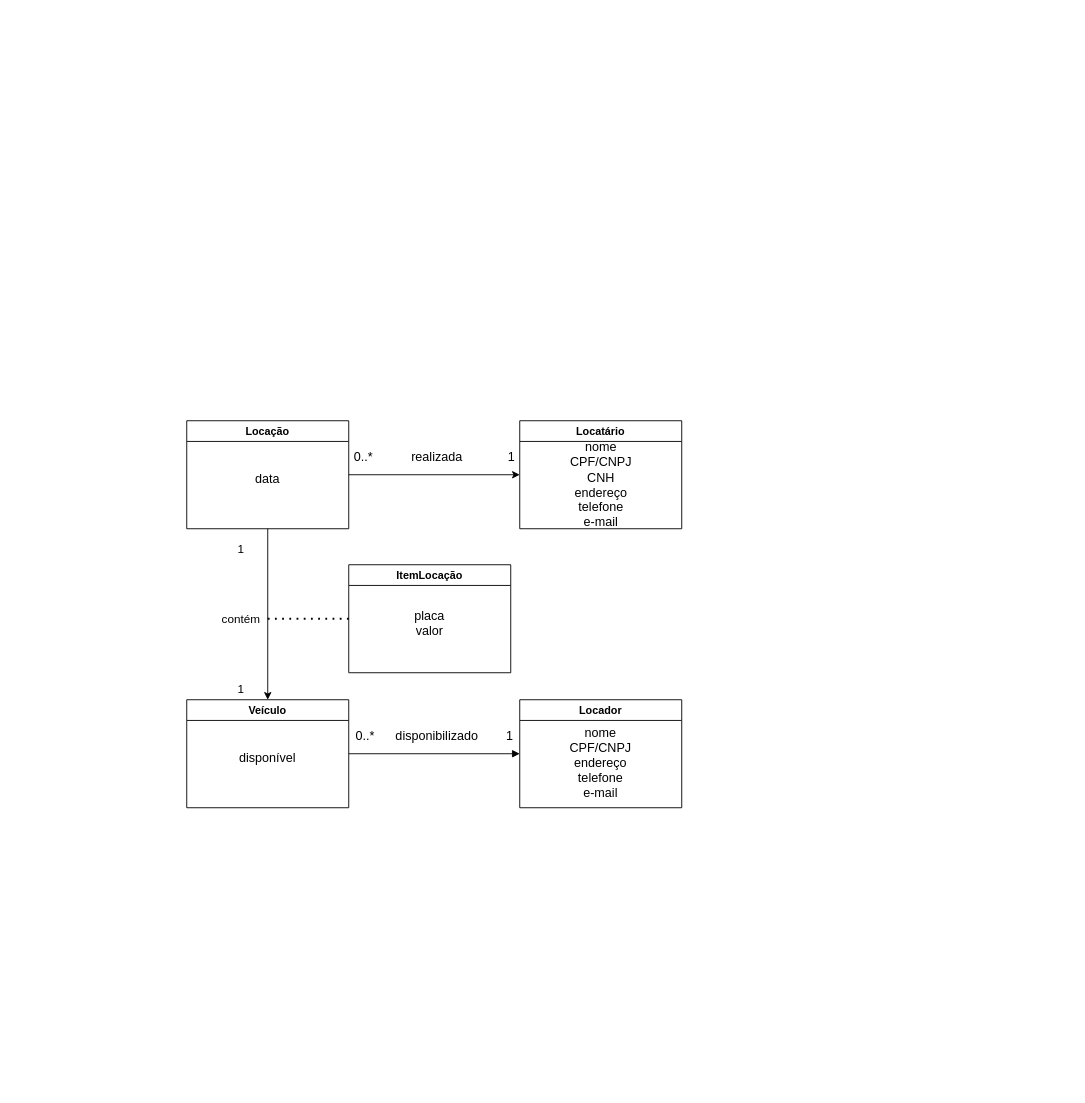
Above: diagrama-dominio.drawio in patrickm97/Auto-Rent (draw.io), before the change. Source tidied: cells renumbered, new cells numbered last; positions are measured from the earlier drawing's top-left corner, leaving out a move shared by most shapes. Both pictures are drawn from the tidied source at 90%, with x=0, y=0 at pixel (186, 420).
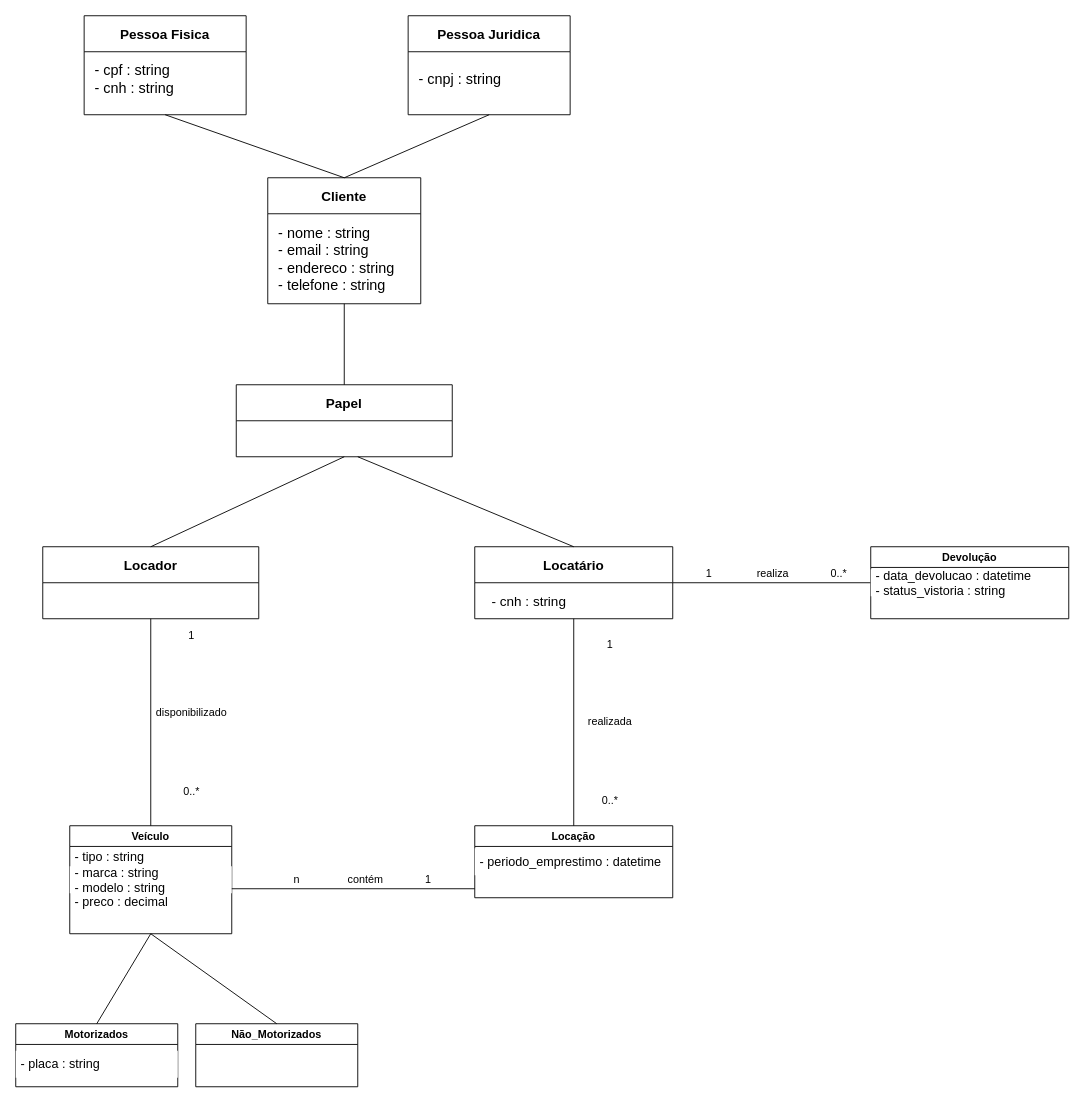
The same page after the edit.

Diff of the diagram source:
```diff
@@
-    <mxCell id="2" value="0..*&amp;nbsp; &amp;nbsp; &amp;nbsp; &amp;nbsp; &amp;nbsp; &amp;nbsp;realizada&amp;nbsp; &amp;nbsp; &amp;nbsp; &amp;nbsp; &amp;nbsp; &amp;nbsp; &amp;nbsp;1" style="edgeStyle=orthogonalEdgeStyle;rounded=0;jettySize=auto;html=1;entryX=0;entryY=0.5;entryDx=0;entryDy=0;fontSize=14;" parent="1" edge="1" source="4" target="6">
-      <mxGeometry y="20" relative="1" as="geometry" />
-    </mxCell>
-    <mxCell id="3" value="1&lt;br&gt;&lt;br&gt;&lt;br&gt;&lt;br&gt;&lt;br&gt;contém&lt;br&gt;&lt;br&gt;&lt;br&gt;&lt;br&gt;&lt;br&gt;1" style="edgeStyle=orthogonalEdgeStyle;rounded=0;jettySize=auto;html=1;entryX=0.5;entryY=0;entryDx=0;entryDy=0;fontSize=13;" parent="1" edge="1" source="4" target="8">
-      <mxGeometry x="0.05" y="-30" relative="1" as="geometry" />
-    </mxCell>
     <mxCell id="4" value="Locação" style="swimlane;" parent="1" vertex="1">
-      <mxGeometry width="180" height="120" as="geometry" />
+      <mxGeometry x="320" y="450" width="220" height="80" as="geometry" />
     </mxCell>
-    <mxCell id="5" value="data" style="rounded=0;whiteSpace=wrap;html=1;fontSize=14;strokeColor=none;" parent="4" vertex="1">
-      <mxGeometry x="50" y="50" width="80" height="30" as="geometry" />
+    <mxCell id="5" value="&amp;nbsp;- periodo_emprestimo : datetime" style="rounded=0;whiteSpace=wrap;html=1;fontSize=14;strokeColor=none;align=left;" parent="4" vertex="1">
+      <mxGeometry y="25" width="210" height="30" as="geometry" />
     </mxCell>
-    <mxCell id="6" value="Locatário" style="swimlane;" parent="1" vertex="1">
-      <mxGeometry x="370" width="180" height="120" as="geometry" />
-    </mxCell>
-    <mxCell id="7" value="nome&lt;br&gt;CPF/CNPJ&lt;br&gt;CNH&lt;br&gt;endereço&lt;br&gt;telefone&lt;br&gt;e-mail" style="rounded=0;whiteSpace=wrap;html=1;fontSize=14;strokeColor=none;" parent="6" vertex="1">
-      <mxGeometry x="37.5" y="27.8" width="105" height="86.2" as="geometry" />
-    </mxCell>
     <mxCell id="8" value="Veículo" style="swimlane;" parent="1" vertex="1">
-      <mxGeometry y="310" width="180" height="120" as="geometry" />
+      <mxGeometry x="-130" y="450" width="180" height="120" as="geometry" />
     </mxCell>
-    <mxCell id="9" value="disponível" style="rounded=0;whiteSpace=wrap;html=1;fontSize=14;strokeColor=none;" parent="8" vertex="1">
-      <mxGeometry x="50" y="50" width="80" height="30" as="geometry" />
+    <mxCell id="9" value="&amp;nbsp;- tipo : string&lt;br&gt;&amp;nbsp;- marca : string&lt;br&gt;&amp;nbsp;- modelo : string&lt;br&gt;&amp;nbsp;- preco : decimal" style="rounded=0;whiteSpace=wrap;html=1;fontSize=14;strokeColor=none;align=left;" parent="8" vertex="1">
+      <mxGeometry y="45" width="180" height="30" as="geometry" />
     </mxCell>
-    <mxCell id="10" value="ItemLocação" style="swimlane;" parent="1" vertex="1">
-      <mxGeometry x="180" y="160" width="180" height="120" as="geometry" />
-    </mxCell>
-    <mxCell id="11" value="placa&lt;br style=&quot;font-size: 14px;&quot;&gt;valor" style="rounded=0;whiteSpace=wrap;html=1;fontSize=14;strokeColor=none;" parent="10" vertex="1">
-      <mxGeometry x="50" y="50" width="80" height="30" as="geometry" />
-    </mxCell>
-    <mxCell id="12" style="endArrow=none;dashed=1;html=1;dashPattern=1 3;strokeWidth=2;rounded=0;entryX=0;entryY=0.5;entryDx=0;entryDy=0;" parent="1" edge="1" target="10">
-      <mxGeometry relative="1" as="geometry">
-        <mxPoint x="90" y="220" as="sourcePoint" />
-      </mxGeometry>
-    </mxCell>
+    <mxCell id="14" value="Locador" style="swimlane;startSize=40;fontSize=15;" parent="1" vertex="1">
+      <mxGeometry x="-160" y="140" width="240" height="80" as="geometry" />
+    </mxCell>
+    <mxCell id="6" value="Locatário" style="swimlane;fontSize=15;startSize=40;" parent="1" vertex="1">
+      <mxGeometry x="320" y="140" width="220" height="80" as="geometry" />
+    </mxCell>
+    <mxCell id="16" value="- cnh : string" style="text;html=1;align=center;verticalAlign=middle;strokeColor=none;fillColor=none;fontSize=15;" parent="6" vertex="1">
+      <mxGeometry x="10" y="50" width="100" height="20" as="geometry" />
+    </mxCell>
+    <mxCell id="17" value="Pessoa Fisica" style="swimlane;fontSize=15;startSize=40;" parent="1" vertex="1">
+      <mxGeometry x="-114" y="-450" width="180" height="110" as="geometry" />
+    </mxCell>
+    <mxCell id="18" value="- cpf : string&lt;br style=&quot;font-size: 16px;&quot;&gt;- cnh : string" style="text;html=1;align=left;verticalAlign=middle;strokeColor=none;fillColor=none;fontSize=16;" parent="17" vertex="1">
+      <mxGeometry x="10" y="50" width="100" height="40" as="geometry" />
+    </mxCell>
+    <mxCell id="19" value="Pessoa Juridica" style="swimlane;fontSize=15;startSize=40;" parent="1" vertex="1">
+      <mxGeometry x="246" y="-450" width="180" height="110" as="geometry" />
+    </mxCell>
+    <mxCell id="20" value="- cnpj : string" style="text;html=1;align=left;verticalAlign=middle;strokeColor=none;fillColor=none;fontSize=16;" parent="19" vertex="1">
+      <mxGeometry x="10" y="60" width="110" height="20" as="geometry" />
+    </mxCell>
+    <mxCell id="21" value="Cliente" style="swimlane;fontSize=15;startSize=40;" parent="1" vertex="1">
+      <mxGeometry x="90" y="-270" width="170" height="140" as="geometry" />
+    </mxCell>
+    <mxCell id="22" value="&lt;span style=&quot;font-size: 16px;&quot;&gt;- nome : string&lt;/span&gt;&lt;br style=&quot;font-size: 16px;&quot;&gt;&lt;span style=&quot;font-size: 16px;&quot;&gt;- email : string&lt;/span&gt;&lt;br style=&quot;font-size: 16px;&quot;&gt;&lt;span style=&quot;font-size: 16px;&quot;&gt;- endereco : string&lt;/span&gt;&lt;br style=&quot;font-size: 16px;&quot;&gt;&lt;span style=&quot;font-size: 16px;&quot;&gt;- telefone : string&lt;/span&gt;" style="text;html=1;strokeColor=none;fillColor=none;align=left;verticalAlign=middle;whiteSpace=wrap;rounded=0;fontSize=15;" parent="21" vertex="1">
+      <mxGeometry x="10" y="60" width="170" height="60" as="geometry" />
+    </mxCell>
+    <mxCell id="23" style="endArrow=none;html=1;rounded=0;fontSize=15;exitX=0.5;exitY=0;exitDx=0;exitDy=0;entryX=0.5;entryY=1;entryDx=0;entryDy=0;" parent="1" edge="1" source="21" target="17">
+      <mxGeometry relative="1" as="geometry" />
+    </mxCell>
+    <mxCell id="24" style="endArrow=none;html=1;rounded=0;fontSize=15;exitX=0.5;exitY=0;exitDx=0;exitDy=0;entryX=0.5;entryY=1;entryDx=0;entryDy=0;" parent="1" edge="1" source="21" target="19">
+      <mxGeometry relative="1" as="geometry" />
+    </mxCell>
+    <mxCell id="25" value="Papel" style="swimlane;startSize=40;fontSize=15;" parent="1" vertex="1">
+      <mxGeometry x="55" y="-40" width="240" height="80" as="geometry" />
+    </mxCell>
+    <mxCell id="26" style="endArrow=none;html=1;rounded=0;fontSize=15;exitX=0.5;exitY=1;exitDx=0;exitDy=0;" parent="1" edge="1" source="21">
+      <mxGeometry relative="1" as="geometry">
+        <mxPoint x="175" y="-40" as="targetPoint" />
+      </mxGeometry>
+    </mxCell>
+    <mxCell id="27" style="endArrow=none;html=1;rounded=0;fontSize=15;exitX=0.5;exitY=1;exitDx=0;exitDy=0;entryX=0.5;entryY=0;entryDx=0;entryDy=0;" parent="1" edge="1" source="25" target="14">
+      <mxGeometry relative="1" as="geometry" />
+    </mxCell>
+    <mxCell id="28" style="endArrow=none;html=1;rounded=0;fontSize=15;exitX=0.5;exitY=0;exitDx=0;exitDy=0;" parent="1" edge="1" source="6">
+      <mxGeometry relative="1" as="geometry">
+        <mxPoint x="190" y="40" as="targetPoint" />
+      </mxGeometry>
+    </mxCell>
+    <mxCell id="2" style="endArrow=none;html=1;rounded=0;entryX=0.5;entryY=1;entryDx=0;entryDy=0;exitX=0.5;exitY=0;exitDx=0;exitDy=0;" parent="1" edge="1" source="4" target="6">
+      <mxGeometry relative="1" as="geometry" />
+    </mxCell>
+    <mxCell id="29" style="endArrow=none;html=1;rounded=0;" parent="1" edge="1">
+      <mxGeometry relative="1" as="geometry">
+        <mxPoint x="50" y="520" as="sourcePoint" />
+        <mxPoint x="320" y="520" as="targetPoint" />
+      </mxGeometry>
+    </mxCell>
-    <mxCell id="13" value="0..*&amp;nbsp; &amp;nbsp; &amp;nbsp; disponibilizado&amp;nbsp; &amp;nbsp; &amp;nbsp; &amp;nbsp; 1" style="edgeStyle=orthogonalEdgeStyle;rounded=0;jettySize=auto;html=1;entryX=1;entryY=0.5;entryDx=0;entryDy=0;fontSize=14;startArrow=block;startFill=1;endArrow=none;endFill=0;" parent="1" edge="1" source="14" target="8">
-      <mxGeometry y="-20" relative="1" as="geometry" />
+    <mxCell id="13" style="endArrow=none;html=1;rounded=0;exitX=0.5;exitY=1;exitDx=0;exitDy=0;entryX=0.5;entryY=0;entryDx=0;entryDy=0;" parent="1" edge="1" source="14" target="8">
+      <mxGeometry relative="1" as="geometry" />
     </mxCell>
-    <mxCell id="14" value="Locador" style="swimlane;" parent="1" vertex="1">
-      <mxGeometry x="370" y="310" width="180" height="120" as="geometry" />
-    </mxCell>
-    <mxCell id="15" value="nome&lt;br&gt;CPF/CNPJ&lt;br&gt;endereço&lt;br&gt;telefone&lt;br&gt;e-mail" style="rounded=0;whiteSpace=wrap;html=1;fontSize=14;strokeColor=none;" parent="14" vertex="1">
-      <mxGeometry x="30" y="30" width="120" height="80" as="geometry" />
-    </mxCell>
+    <mxCell id="30" value="1&lt;br&gt;&lt;br&gt;&lt;br&gt;&lt;br&gt;&lt;br&gt;&lt;br&gt;realizada&lt;br&gt;&lt;br&gt;&lt;br&gt;&lt;br&gt;&lt;br&gt;&lt;br&gt;0..*" style="text;html=1;align=center;verticalAlign=middle;strokeColor=none;fillColor=none;" parent="1" vertex="1">
+      <mxGeometry x="440" y="240" width="60" height="190" as="geometry" />
+    </mxCell>
+    <mxCell id="31" value="n&amp;nbsp; &amp;nbsp; &amp;nbsp; &amp;nbsp; &amp;nbsp; &amp;nbsp; &amp;nbsp; &amp;nbsp; contém&amp;nbsp; &amp;nbsp; &amp;nbsp; &amp;nbsp; &amp;nbsp; &amp;nbsp; &amp;nbsp; 1" style="text;html=1;align=center;verticalAlign=middle;strokeColor=none;fillColor=none;" parent="1" vertex="1">
+      <mxGeometry x="110" y="500" width="170" height="20" as="geometry" />
+    </mxCell>
+    <mxCell id="32" value="1&lt;br&gt;&lt;br&gt;&lt;br&gt;&lt;br&gt;&lt;br&gt;&lt;br&gt;disponibilizado&lt;br&gt;&lt;br&gt;&lt;br&gt;&lt;br&gt;&lt;br&gt;&lt;br&gt;0..*" style="text;html=1;align=center;verticalAlign=middle;strokeColor=none;fillColor=none;" parent="1" vertex="1">
+      <mxGeometry x="-40" y="230" width="90" height="190" as="geometry" />
+    </mxCell>
+    <mxCell id="33" value="Não_Motorizados" style="swimlane;" parent="1" vertex="1">
+      <mxGeometry x="10" y="670" width="180" height="70" as="geometry" />
+    </mxCell>
+    <mxCell id="34" value="Motorizados" style="swimlane;" parent="1" vertex="1">
+      <mxGeometry x="-190" y="670" width="180" height="70" as="geometry" />
+    </mxCell>
+    <mxCell id="35" value="&amp;nbsp;- placa : string" style="rounded=0;whiteSpace=wrap;html=1;fontSize=14;strokeColor=none;align=left;" parent="34" vertex="1">
+      <mxGeometry y="30" width="180" height="30" as="geometry" />
+    </mxCell>
+    <mxCell id="36" style="endArrow=none;html=1;rounded=0;entryX=0.5;entryY=1;entryDx=0;entryDy=0;exitX=0.5;exitY=0;exitDx=0;exitDy=0;" parent="1" edge="1" source="34" target="8">
+      <mxGeometry relative="1" as="geometry" />
+    </mxCell>
+    <mxCell id="37" style="endArrow=none;html=1;rounded=0;entryX=0.5;entryY=1;entryDx=0;entryDy=0;exitX=0.5;exitY=0;exitDx=0;exitDy=0;" parent="1" edge="1" source="33" target="8">
+      <mxGeometry relative="1" as="geometry" />
+    </mxCell>
+    <mxCell id="38" style="endArrow=none;html=1;rounded=0;entryX=1;entryY=0.5;entryDx=0;entryDy=0;exitX=0;exitY=0.5;exitDx=0;exitDy=0;" parent="1" edge="1" source="40" target="6">
+      <mxGeometry relative="1" as="geometry" />
+    </mxCell>
+    <mxCell id="39" value="Devolução" style="swimlane;" parent="1" vertex="1">
+      <mxGeometry x="760" y="140" width="220" height="80" as="geometry" />
+    </mxCell>
+    <mxCell id="40" value="&amp;nbsp;- data_devolucao : datetime&lt;br&gt;&amp;nbsp;- status_vistoria : string" style="rounded=0;whiteSpace=wrap;html=1;fontSize=14;strokeColor=none;align=left;" parent="39" vertex="1">
+      <mxGeometry y="25" width="210" height="30" as="geometry" />
+    </mxCell>
+    <mxCell id="41" value="1&amp;nbsp; &amp;nbsp; &amp;nbsp; &amp;nbsp; &amp;nbsp; &amp;nbsp; &amp;nbsp; &amp;nbsp;realiza&amp;nbsp; &amp;nbsp; &amp;nbsp; &amp;nbsp; &amp;nbsp; &amp;nbsp; &amp;nbsp; 0..*" style="text;html=1;align=center;verticalAlign=middle;strokeColor=none;fillColor=none;" parent="1" vertex="1">
+      <mxGeometry x="570" y="160" width="170" height="20" as="geometry" />
+    </mxCell>
```
